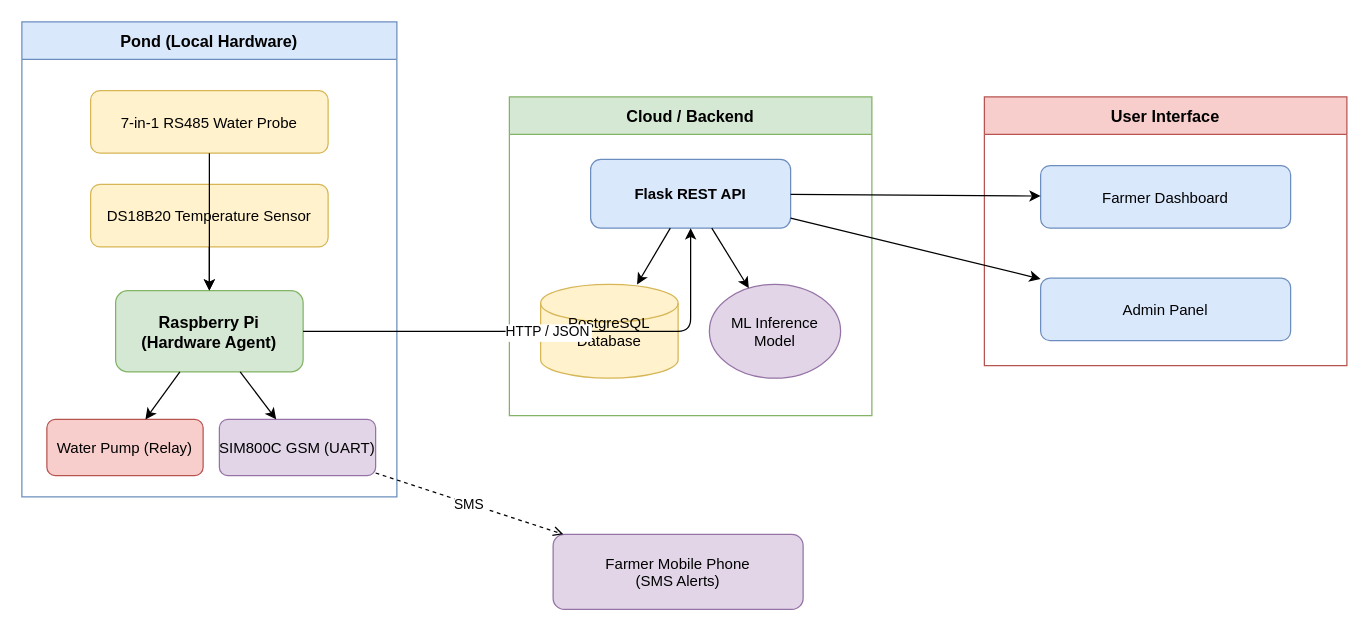
Earlier version of the draw.io diagram Flow charts/01_system_architecture.drawio (EzamamtiRonaldAustine/Fish_pond_app). Source tidied: cells renumbered, new cells numbered last; positions are measured from the earlier drawing's top-left corner, leaving out a move shared by most shapes. Both pictures are drawn from the tidied source at 125%, with x=0, y=0 at pixel (21, 21).
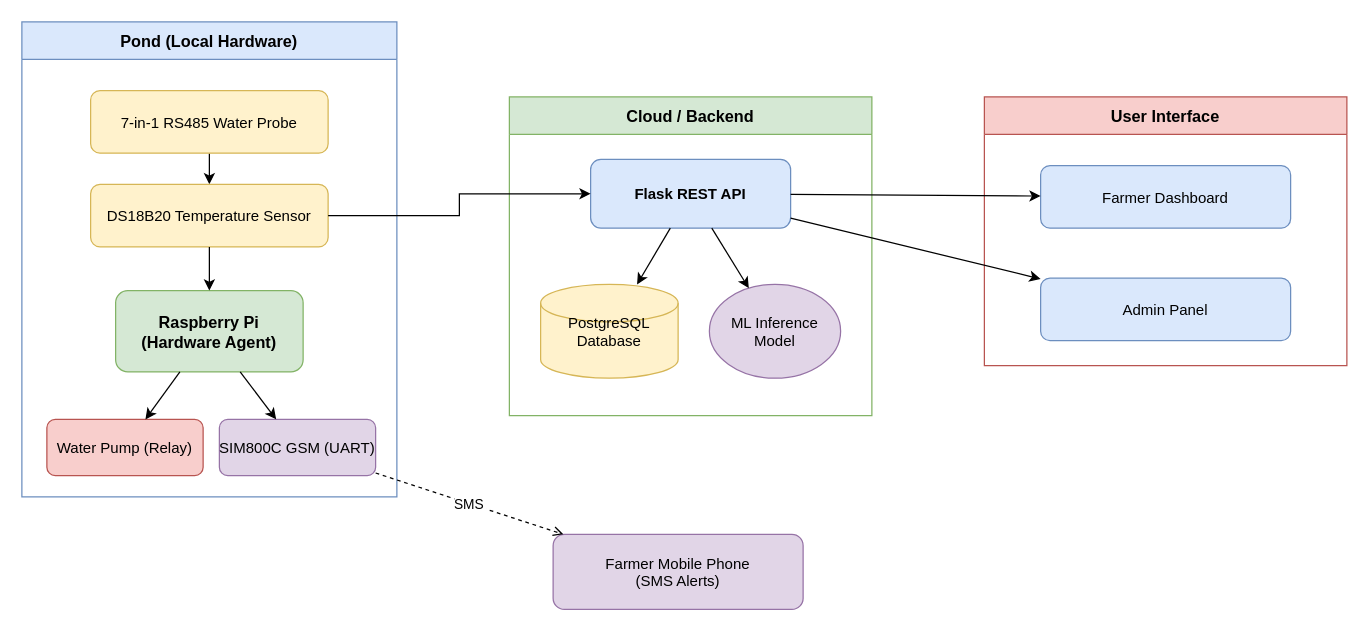
After the change.

Commit message (it also covers changes not shown here):
Added in drawio flow chats for the application

The change refers to these unchanged cells:
```xml
<mxCell id="2" value="Pond (Local Hardware)" style="swimlane;startSize=30;fillColor=#dae8fc;strokeColor=#6c8ebf;fontStyle=1;fontSize=13;" parent="1" vertex="1">
  <mxGeometry width="300" height="380" as="geometry" />
</mxCell>
<mxCell id="3" value="7-in-1 RS485 Water Probe" style="rounded=1;fillColor=#fff2cc;strokeColor=#d6b656;" parent="2" vertex="1">
  <mxGeometry x="55" y="55" width="190" height="50" as="geometry" />
</mxCell>
<mxCell id="4" value="DS18B20 Temperature Sensor" style="rounded=1;fillColor=#fff2cc;strokeColor=#d6b656;" parent="2" vertex="1">
  <mxGeometry x="55" y="130" width="190" height="50" as="geometry" />
</mxCell>
<mxCell id="5" value="Raspberry Pi&#10;(Hardware Agent)" style="rounded=1;fillColor=#d5e8d4;strokeColor=#82b366;fontStyle=1;fontSize=13;" parent="2" vertex="1">
  <mxGeometry x="75" y="215" width="150" height="65" as="geometry" />
</mxCell>
<mxCell id="13" value="Flask REST API" style="rounded=1;fillColor=#dae8fc;strokeColor=#6c8ebf;fontStyle=1;fontSize=12;" parent="12" vertex="1">
  <mxGeometry x="65" y="50" width="160" height="55" as="geometry" />
</mxCell>
```

The edit, as a diff of the source:
```diff
@@
+    <mxCell id="26" style="edgeStyle=orthogonalEdgeStyle;rounded=0;jettySize=auto;html=1;exitX=0.5;exitY=1;exitDx=0;exitDy=0;entryX=0.5;entryY=0;entryDx=0;entryDy=0;" parent="2" edge="1" source="3" target="4">
+      <mxGeometry relative="1" as="geometry" />
+    </mxCell>
@@
-    <mxCell id="8" parent="2" edge="1" source="3" target="5">
-      <mxGeometry relative="1" as="geometry" />
-    </mxCell>
@@
-    <mxCell id="22" value="HTTP / JSON" style="edgeStyle=orthogonalEdgeStyle;" parent="1" edge="1" source="5" target="13">
-      <mxGeometry relative="1" as="geometry" />
-    </mxCell>
@@
+    <mxCell id="27" style="edgeStyle=orthogonalEdgeStyle;rounded=0;jettySize=auto;html=1;entryX=0;entryY=0.5;entryDx=0;entryDy=0;" parent="1" edge="1" source="4" target="13">
+      <mxGeometry relative="1" as="geometry" />
+    </mxCell>
```
